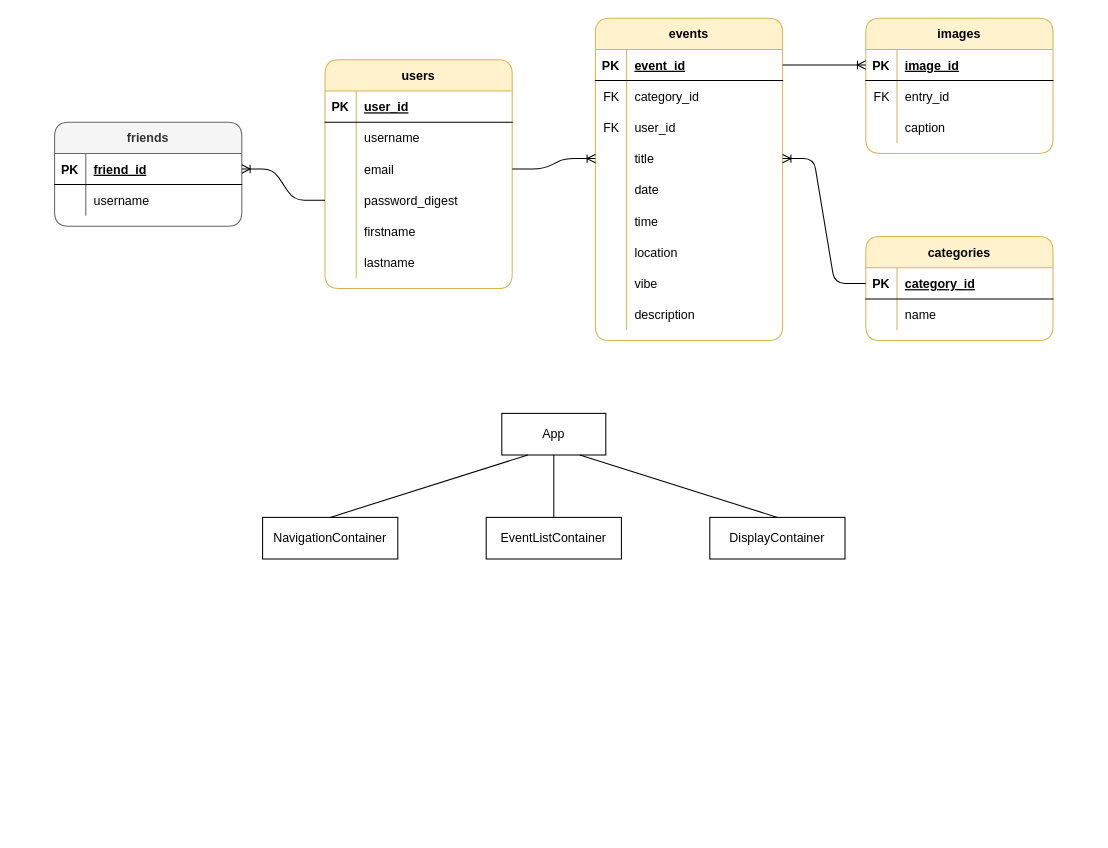
This is images/storybook.drawio from fentybit/Storybook_frontend, a draw.io file, before an edit. Source tidied: cells renumbered, new cells numbered last; positions are measured from the earlier drawing's top-left corner, leaving out a move shared by most shapes. Both pictures are drawn from the tidied source at 104%, with x=0, y=0 at pixel (54, 18). Pictures stored in the file or linked from it are replaced by grey dashed boxes.
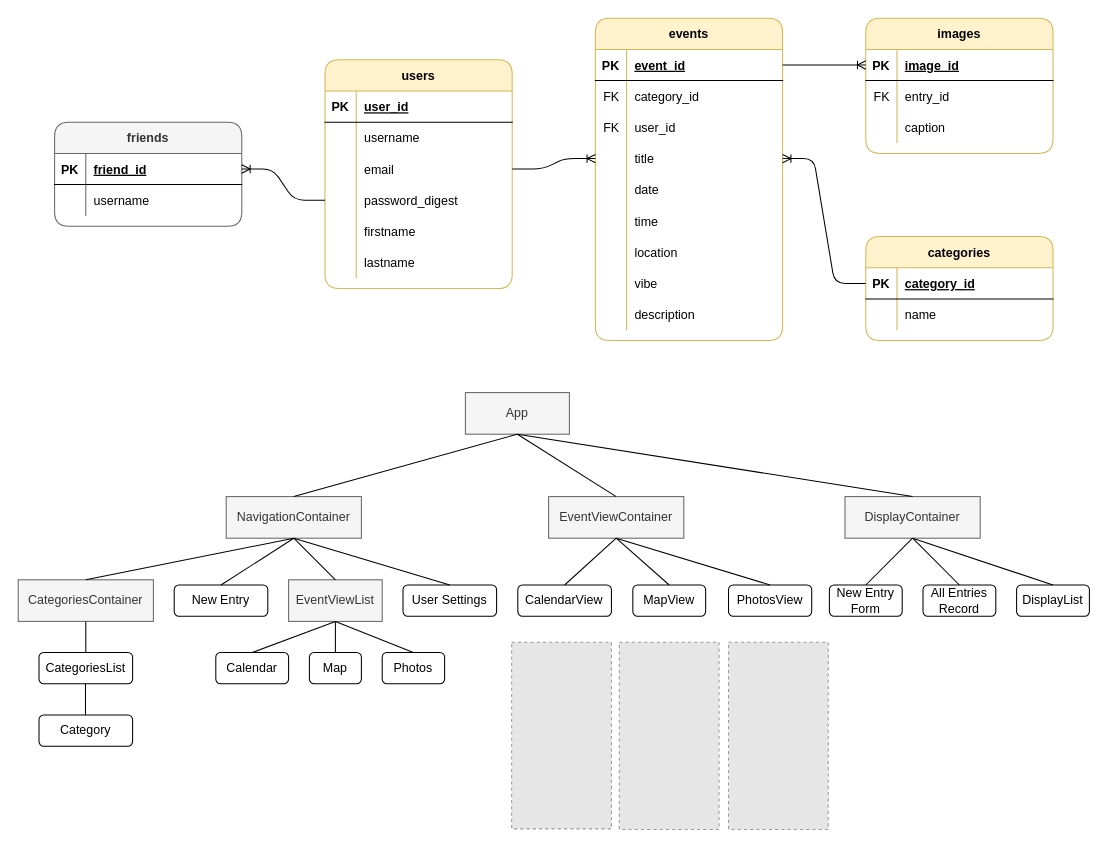
After the change.

Commit message (it also covers changes not shown here):
update reactjs diagram and rename EventViewContainer

Diff of the diagram source:
```diff
@@
-    <mxCell id="80" value="App" style="whiteSpace=wrap;html=1;align=center;" parent="1" vertex="1">
-      <mxGeometry x="430" y="380" width="100" height="40" as="geometry" />
+    <mxCell id="80" value="App" style="whiteSpace=wrap;html=1;align=center;fillColor=#f5f5f5;strokeColor=#666666;fontColor=#333333;" parent="1" vertex="1">
+      <mxGeometry x="395" y="360" width="100" height="40" as="geometry" />
     </mxCell>
-    <mxCell id="81" value="NavigationContainer" style="whiteSpace=wrap;html=1;align=center;" parent="1" vertex="1">
-      <mxGeometry x="200" y="480" width="130" height="40" as="geometry" />
+    <mxCell id="81" value="NavigationContainer" style="whiteSpace=wrap;html=1;align=center;fillColor=#f5f5f5;strokeColor=#666666;fontColor=#333333;" parent="1" vertex="1">
+      <mxGeometry x="165" y="460" width="130" height="40" as="geometry" />
     </mxCell>
-    <mxCell id="82" value="EventListContainer" style="whiteSpace=wrap;html=1;align=center;" parent="1" vertex="1">
-      <mxGeometry x="415" y="480" width="130" height="40" as="geometry" />
+    <mxCell id="82" value="EventViewContainer" style="whiteSpace=wrap;html=1;align=center;fillColor=#f5f5f5;strokeColor=#666666;fontColor=#333333;" parent="1" vertex="1">
+      <mxGeometry x="475" y="460" width="130" height="40" as="geometry" />
     </mxCell>
-    <mxCell id="83" value="DisplayContainer" style="whiteSpace=wrap;html=1;align=center;" parent="1" vertex="1">
-      <mxGeometry x="630" y="480" width="130" height="40" as="geometry" />
+    <mxCell id="83" value="DisplayContainer" style="whiteSpace=wrap;html=1;align=center;fillColor=#f5f5f5;strokeColor=#666666;fontColor=#333333;" parent="1" vertex="1">
+      <mxGeometry x="760" y="460" width="130" height="40" as="geometry" />
     </mxCell>
     <mxCell id="84" style="endArrow=none;html=1;rounded=0;exitX=0.5;exitY=0;exitDx=0;exitDy=0;" parent="1" edge="1" source="82">
       <mxGeometry relative="1" as="geometry">
-        <mxPoint x="480" y="420" as="targetPoint" />
+        <mxPoint x="445" y="400" as="targetPoint" />
       </mxGeometry>
     </mxCell>
-    <mxCell id="85" style="endArrow=none;html=1;rounded=0;exitX=0.5;exitY=0;exitDx=0;exitDy=0;entryX=0.75;entryY=1;entryDx=0;entryDy=0;" parent="1" edge="1" source="83" target="80">
+    <mxCell id="85" style="endArrow=none;html=1;rounded=0;exitX=0.5;exitY=0;exitDx=0;exitDy=0;entryX=0.5;entryY=1;entryDx=0;entryDy=0;" parent="1" edge="1" source="83" target="80">
       <mxGeometry relative="1" as="geometry" />
     </mxCell>
-    <mxCell id="86" style="endArrow=none;html=1;rounded=0;exitX=0.5;exitY=0;exitDx=0;exitDy=0;entryX=0.25;entryY=1;entryDx=0;entryDy=0;" parent="1" edge="1" source="81" target="80">
+    <mxCell id="86" style="endArrow=none;html=1;rounded=0;exitX=0.5;exitY=0;exitDx=0;exitDy=0;entryX=0.5;entryY=1;entryDx=0;entryDy=0;" parent="1" edge="1" source="81" target="80">
       <mxGeometry relative="1" as="geometry" />
     </mxCell>
+    <mxCell id="87" value="CategoriesContainer" style="whiteSpace=wrap;html=1;align=center;fillColor=#f5f5f5;strokeColor=#666666;fontColor=#333333;" parent="1" vertex="1">
+      <mxGeometry x="-35" y="540" width="130" height="40" as="geometry" />
+    </mxCell>
+    <mxCell id="88" value="EventViewList" style="whiteSpace=wrap;html=1;align=center;fillColor=#f5f5f5;strokeColor=#666666;fontColor=#333333;" parent="1" vertex="1">
+      <mxGeometry x="225" y="540" width="90" height="40" as="geometry" />
+    </mxCell>
+    <mxCell id="89" value="New Entry" style="rounded=1;whiteSpace=wrap;html=1;" parent="1" vertex="1">
+      <mxGeometry x="115" y="545" width="90" height="30" as="geometry" />
+    </mxCell>
+    <mxCell id="90" style="endArrow=none;html=1;rounded=0;exitX=0.5;exitY=0;exitDx=0;exitDy=0;entryX=0.5;entryY=1;entryDx=0;entryDy=0;" parent="1" edge="1" source="87" target="81">
+      <mxGeometry relative="1" as="geometry" />
+    </mxCell>
+    <mxCell id="91" style="endArrow=none;html=1;rounded=0;exitX=0.5;exitY=0;exitDx=0;exitDy=0;entryX=0.5;entryY=1;entryDx=0;entryDy=0;" parent="1" edge="1" source="89" target="81">
+      <mxGeometry relative="1" as="geometry" />
+    </mxCell>
+    <mxCell id="92" style="endArrow=none;html=1;rounded=0;exitX=0.5;exitY=0;exitDx=0;exitDy=0;entryX=0.5;entryY=1;entryDx=0;entryDy=0;" parent="1" edge="1" source="88" target="81">
+      <mxGeometry relative="1" as="geometry" />
+    </mxCell>
+    <mxCell id="93" value="CategoriesList" style="rounded=1;whiteSpace=wrap;html=1;" parent="1" vertex="1">
+      <mxGeometry x="-15" y="610" width="90" height="30" as="geometry" />
+    </mxCell>
+    <mxCell id="94" value="Category" style="rounded=1;whiteSpace=wrap;html=1;" parent="1" vertex="1">
+      <mxGeometry x="-15" y="670" width="90" height="30" as="geometry" />
+    </mxCell>
+    <mxCell id="95" style="endArrow=none;html=1;rounded=0;exitX=0.5;exitY=0;exitDx=0;exitDy=0;" parent="1" edge="1" source="93" target="87">
+      <mxGeometry relative="1" as="geometry" />
+    </mxCell>
+    <mxCell id="96" style="endArrow=none;html=1;rounded=0;exitX=0.5;exitY=0;exitDx=0;exitDy=0;" parent="1" edge="1">
+      <mxGeometry relative="1" as="geometry">
+        <mxPoint x="29.7" y="670" as="sourcePoint" />
+        <mxPoint x="29.7" y="640" as="targetPoint" />
+      </mxGeometry>
+    </mxCell>
+    <mxCell id="97" style="endArrow=none;html=1;rounded=0;exitX=0.5;exitY=0;exitDx=0;exitDy=0;entryX=0.5;entryY=1;entryDx=0;entryDy=0;" parent="1" edge="1" source="98" target="88">
+      <mxGeometry relative="1" as="geometry" />
+    </mxCell>
+    <mxCell id="98" value="Calendar" style="rounded=1;whiteSpace=wrap;html=1;" parent="1" vertex="1">
+      <mxGeometry x="155" y="610" width="70" height="30" as="geometry" />
+    </mxCell>
+    <mxCell id="99" value="Map" style="rounded=1;whiteSpace=wrap;html=1;" parent="1" vertex="1">
+      <mxGeometry x="245" y="610" width="50" height="30" as="geometry" />
+    </mxCell>
+    <mxCell id="100" value="Photos" style="rounded=1;whiteSpace=wrap;html=1;" parent="1" vertex="1">
+      <mxGeometry x="315" y="610" width="60" height="30" as="geometry" />
+    </mxCell>
+    <mxCell id="101" style="endArrow=none;html=1;rounded=0;exitX=0.5;exitY=0;exitDx=0;exitDy=0;entryX=0.5;entryY=1;entryDx=0;entryDy=0;" parent="1" edge="1" source="99" target="88">
+      <mxGeometry relative="1" as="geometry" />
+    </mxCell>
+    <mxCell id="102" style="endArrow=none;html=1;rounded=0;exitX=0.5;exitY=0;exitDx=0;exitDy=0;entryX=0.5;entryY=1;entryDx=0;entryDy=0;" parent="1" edge="1" source="100" target="88">
+      <mxGeometry relative="1" as="geometry" />
+    </mxCell>
+    <mxCell id="103" value="New Entry Form" style="rounded=1;whiteSpace=wrap;html=1;" parent="1" vertex="1">
+      <mxGeometry x="745" y="545" width="70" height="30" as="geometry" />
+    </mxCell>
+    <mxCell id="104" value="All Entries Record" style="rounded=1;whiteSpace=wrap;html=1;" parent="1" vertex="1">
+      <mxGeometry x="835" y="545" width="70" height="30" as="geometry" />
+    </mxCell>
+    <mxCell id="105" value="User Settings" style="rounded=1;whiteSpace=wrap;html=1;" parent="1" vertex="1">
+      <mxGeometry x="335" y="545" width="90" height="30" as="geometry" />
+    </mxCell>
+    <mxCell id="106" style="endArrow=none;html=1;rounded=0;exitX=0.5;exitY=0;exitDx=0;exitDy=0;entryX=0.5;entryY=1;entryDx=0;entryDy=0;" parent="1" edge="1" source="105" target="81">
+      <mxGeometry relative="1" as="geometry" />
+    </mxCell>
+    <mxCell id="107" value="DisplayList" style="rounded=1;whiteSpace=wrap;html=1;" parent="1" vertex="1">
+      <mxGeometry x="925" y="545" width="70" height="30" as="geometry" />
+    </mxCell>
+    <mxCell id="108" style="endArrow=none;html=1;rounded=0;exitX=0.5;exitY=0;exitDx=0;exitDy=0;entryX=0.5;entryY=1;entryDx=0;entryDy=0;" parent="1" edge="1" source="103" target="83">
+      <mxGeometry relative="1" as="geometry" />
+    </mxCell>
+    <mxCell id="109" style="endArrow=none;html=1;rounded=0;exitX=0.5;exitY=0;exitDx=0;exitDy=0;entryX=0.5;entryY=1;entryDx=0;entryDy=0;" parent="1" edge="1" source="104" target="83">
+      <mxGeometry relative="1" as="geometry" />
+    </mxCell>
+    <mxCell id="110" style="endArrow=none;html=1;rounded=0;exitX=0.5;exitY=0;exitDx=0;exitDy=0;" parent="1" edge="1" source="107">
+      <mxGeometry relative="1" as="geometry">
+        <mxPoint x="825" y="500" as="targetPoint" />
+      </mxGeometry>
+    </mxCell>
+    <mxCell id="111" value="CalendarView" style="rounded=1;whiteSpace=wrap;html=1;" parent="1" vertex="1">
+      <mxGeometry x="445.4" y="545" width="90" height="30" as="geometry" />
+    </mxCell>
+    <mxCell id="112" value="MapView" style="rounded=1;whiteSpace=wrap;html=1;" parent="1" vertex="1">
+      <mxGeometry x="556" y="545" width="70" height="30" as="geometry" />
+    </mxCell>
+    <mxCell id="113" value="PhotosView" style="rounded=1;whiteSpace=wrap;html=1;" parent="1" vertex="1">
+      <mxGeometry x="648" y="545" width="80" height="30" as="geometry" />
+    </mxCell>
+    <mxCell id="114" style="endArrow=none;html=1;rounded=0;exitX=0.5;exitY=0;exitDx=0;exitDy=0;entryX=0.5;entryY=1;entryDx=0;entryDy=0;" parent="1" edge="1" source="111" target="82">
+      <mxGeometry relative="1" as="geometry" />
+    </mxCell>
+    <mxCell id="115" style="endArrow=none;html=1;rounded=0;exitX=0.5;exitY=0;exitDx=0;exitDy=0;entryX=0.5;entryY=1;entryDx=0;entryDy=0;" parent="1" edge="1" source="112" target="82">
+      <mxGeometry relative="1" as="geometry" />
+    </mxCell>
+    <mxCell id="116" style="endArrow=none;html=1;rounded=0;exitX=0.5;exitY=0;exitDx=0;exitDy=0;entryX=0.5;entryY=1;entryDx=0;entryDy=0;" parent="1" edge="1" source="113" target="82">
+      <mxGeometry relative="1" as="geometry" />
+    </mxCell>
+    <mxCell id="117" style="fillColor=#E6E6E6;strokeColor=#999999;dashed=1;verticalLabelPosition=bottom;labelBackgroundColor=#ffffff;verticalAlign=top;" parent="1" vertex="1">
+      <mxGeometry x="439.5" y="600" width="95.9" height="179.5" as="geometry" />
+    </mxCell>
+    <mxCell id="118" style="fillColor=#E6E6E6;strokeColor=#999999;dashed=1;verticalLabelPosition=bottom;labelBackgroundColor=#ffffff;verticalAlign=top;" parent="1" vertex="1">
+      <mxGeometry x="543" y="600" width="95.9" height="180" as="geometry" />
+    </mxCell>
+    <mxCell id="119" style="fillColor=#E6E6E6;strokeColor=#999999;dashed=1;verticalLabelPosition=bottom;labelBackgroundColor=#ffffff;verticalAlign=top;" parent="1" vertex="1">
+      <mxGeometry x="648" y="600" width="95.9" height="180" as="geometry" />
+    </mxCell>
```
